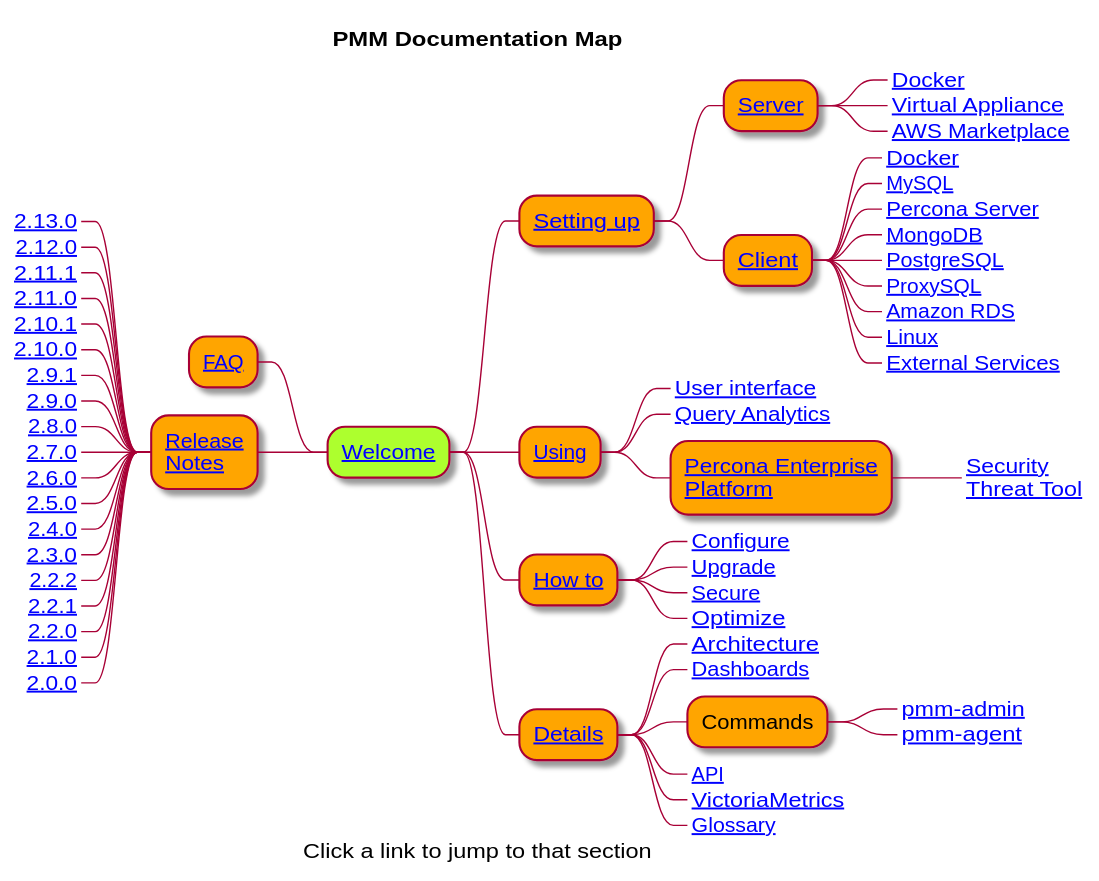
percona/pmm keeps this PlantUML diagram as docs/_images/PMM_Documentation_Map.svg. Above is the earlier version.
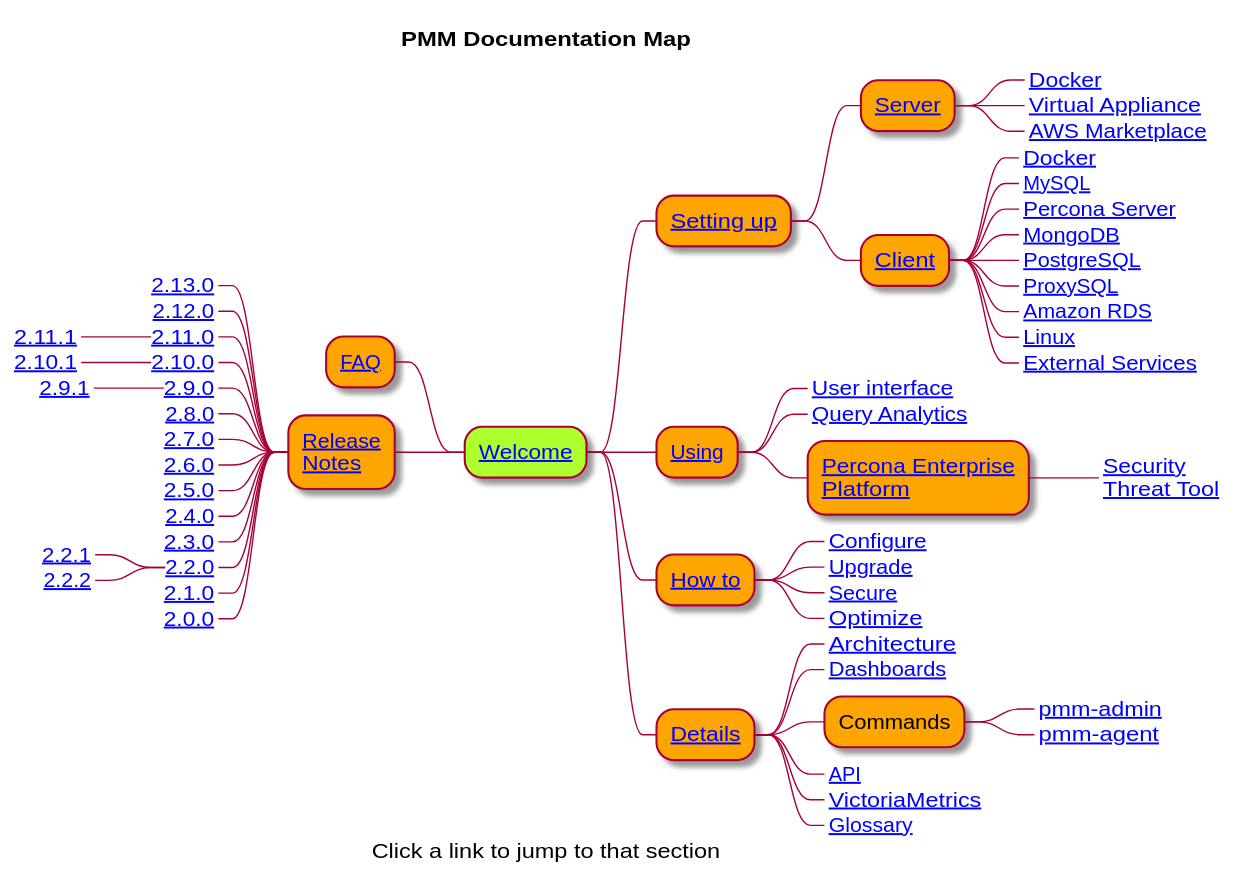
After the change.

Commit message:
Map improvement

Diff of the diagram source:
```diff
@@ -57,21 +57,21 @@
 ** [[https://www.percona.com/doc/percona-monitoring-and-management/2.x/release-notes/ Release\nNotes]]
 ***_ [[https://www.percona.com/doc/percona-monitoring-and-management/2.x/release-notes/2.13.0.html 2.13.0]]
 ***_ [[https://www.percona.com/doc/percona-monitoring-and-management/2.x/release-notes/2.12.0.html 2.12.0]]
-***_ [[https://www.percona.com/doc/percona-monitoring-and-management/2.x/release-notes/2.11.1.html 2.11.1]]
 ***_ [[https://www.percona.com/doc/percona-monitoring-and-management/2.x/release-notes/2.11.0.html 2.11.0]]
-***_ [[https://www.percona.com/doc/percona-monitoring-and-management/2.x/release-notes/2.10.1.html 2.10.1]]
+****_ [[https://www.percona.com/doc/percona-monitoring-and-management/2.x/release-notes/2.11.1.html 2.11.1]]
 ***_ [[https://www.percona.com/doc/percona-monitoring-and-management/2.x/release-notes/2.10.0.html 2.10.0]]
-***_ [[https://www.percona.com/doc/percona-monitoring-and-management/2.x/release-notes/2.9.1.html 2.9.1]]
+****_ [[https://www.percona.com/doc/percona-monitoring-and-management/2.x/release-notes/2.10.1.html 2.10.1]]
 ***_ [[https://www.percona.com/doc/percona-monitoring-and-management/2.x/release-notes/2.9.0.html 2.9.0]]
+****_ [[https://www.percona.com/doc/percona-monitoring-and-management/2.x/release-notes/2.9.1.html 2.9.1]]
 ***_ [[https://www.percona.com/doc/percona-monitoring-and-management/2.x/release-notes/2.8.0.html 2.8.0]]
 ***_ [[https://www.percona.com/doc/percona-monitoring-and-management/2.x/release-notes/2.7.0.html 2.7.0]]
 ***_ [[https://www.percona.com/doc/percona-monitoring-and-management/2.x/release-notes/2.6.0.html 2.6.0]]
 ***_ [[https://www.percona.com/doc/percona-monitoring-and-management/2.x/release-notes/2.5.0.html 2.5.0]]
 ***_ [[https://www.percona.com/doc/percona-monitoring-and-management/2.x/release-notes/2.4.0.html 2.4.0]]
 ***_ [[https://www.percona.com/doc/percona-monitoring-and-management/2.x/release-notes/2.3.0.html 2.3.0]]
-***_ [[https://www.percona.com/doc/percona-monitoring-and-management/2.x/release-notes/2.2.2.html 2.2.2]]
-***_ [[https://www.percona.com/doc/percona-monitoring-and-management/2.x/release-notes/2.2.1.html 2.2.1]]
 ***_ [[https://www.percona.com/doc/percona-monitoring-and-management/2.x/release-notes/2.2.0.html 2.2.0]]
+****_ [[https://www.percona.com/doc/percona-monitoring-and-management/2.x/release-notes/2.2.1.html 2.2.1]]
+****_ [[https://www.percona.com/doc/percona-monitoring-and-management/2.x/release-notes/2.2.2.html 2.2.2]]
 ***_ [[https://www.percona.com/doc/percona-monitoring-and-management/2.x/release-notes/2.1.0.html 2.1.0]]
 ***_ [[https://www.percona.com/doc/percona-monitoring-and-management/2.x/release-notes/2.0.0.html 2.0.0]]
 @endmindmap
```
